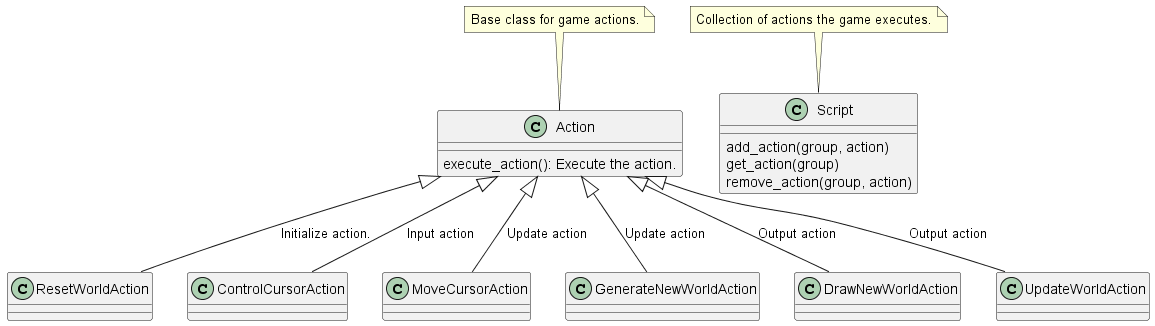
Before: out/class_diagrams/Action-Class.png, a diagram exported from PlantUML (mscottreynolds/cse210-06). The source it was exported from:
```plantuml
@startuml Action-Class

class Action {
    execute_action(): Execute the action.
}
note top: Base class for game actions.

Action <|-- ResetWorldAction:  Initialize action.
Action  <|-- ControlCursorAction: Input action
Action <|-- MoveCursorAction: Update action
Action <|-- GenerateNewWorldAction: Update action
Action <|-- DrawNewWorldAction: Output action
Action <|-- UpdateWorldAction: Output action

class Script {
    add_action(group, action)
    get_action(group)
    remove_action(group, action)
}
note top: Collection of actions the game executes.

@enduml
```
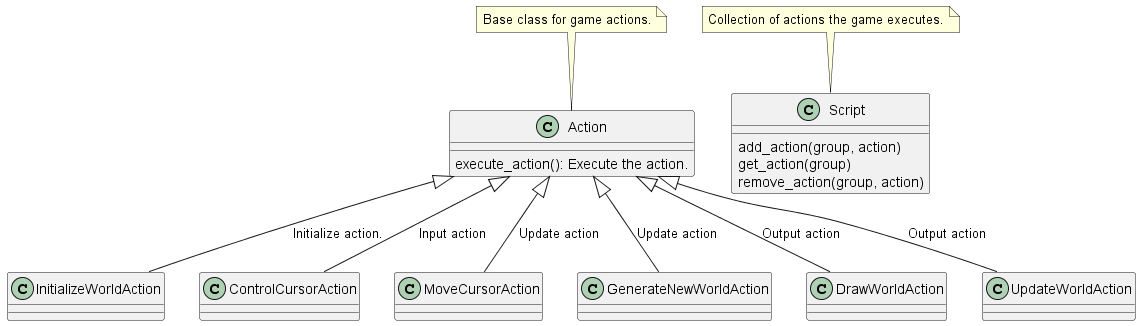
Later version of the same file.

The edit, as a diff of the source:
```diff
@@ -5,11 +5,11 @@
 }
 note top: Base class for game actions.
 
-Action <|-- ResetWorldAction:  Initialize action.
+Action <|-- InitializeWorldAction:  Initialize action.
 Action  <|-- ControlCursorAction: Input action
 Action <|-- MoveCursorAction: Update action
 Action <|-- GenerateNewWorldAction: Update action
-Action <|-- DrawNewWorldAction: Output action
+Action <|-- DrawWorldAction: Output action
 Action <|-- UpdateWorldAction: Output action
 
 class Script {
```
